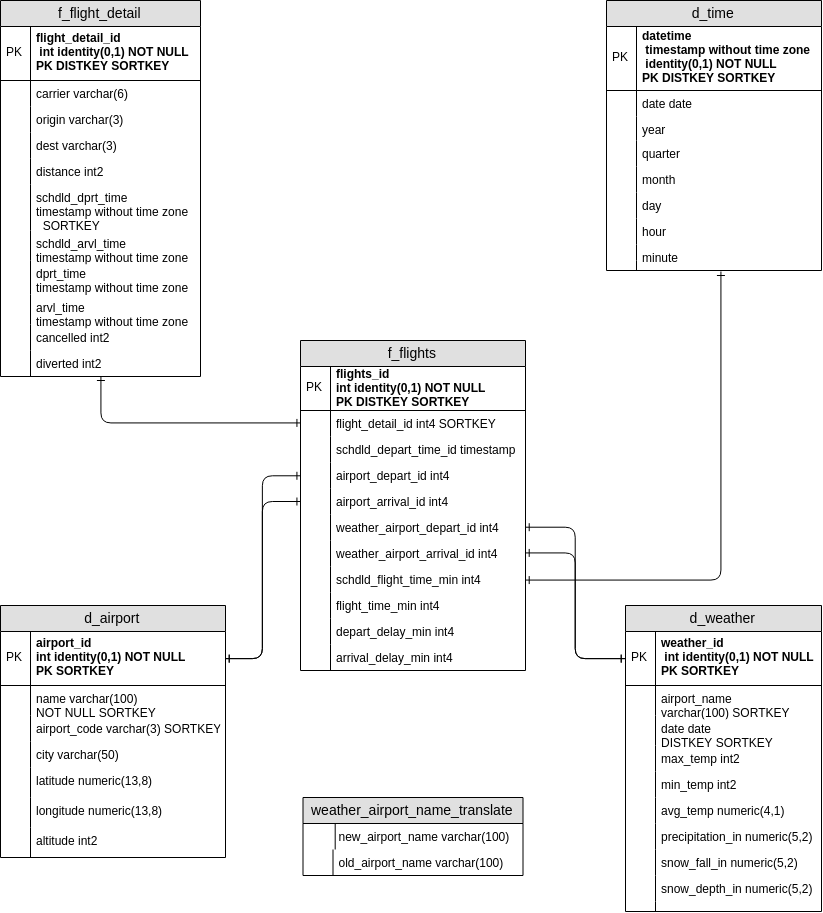
Earlier version of the draw.io export capstone_project/capstone_data_model.png (aandersland/udacity-data-engineering-nanodegree). Source tidied: cells renumbered, new cells last; positions are measured from the earlier drawing's top-left corner, leaving out a move shared by most shapes.
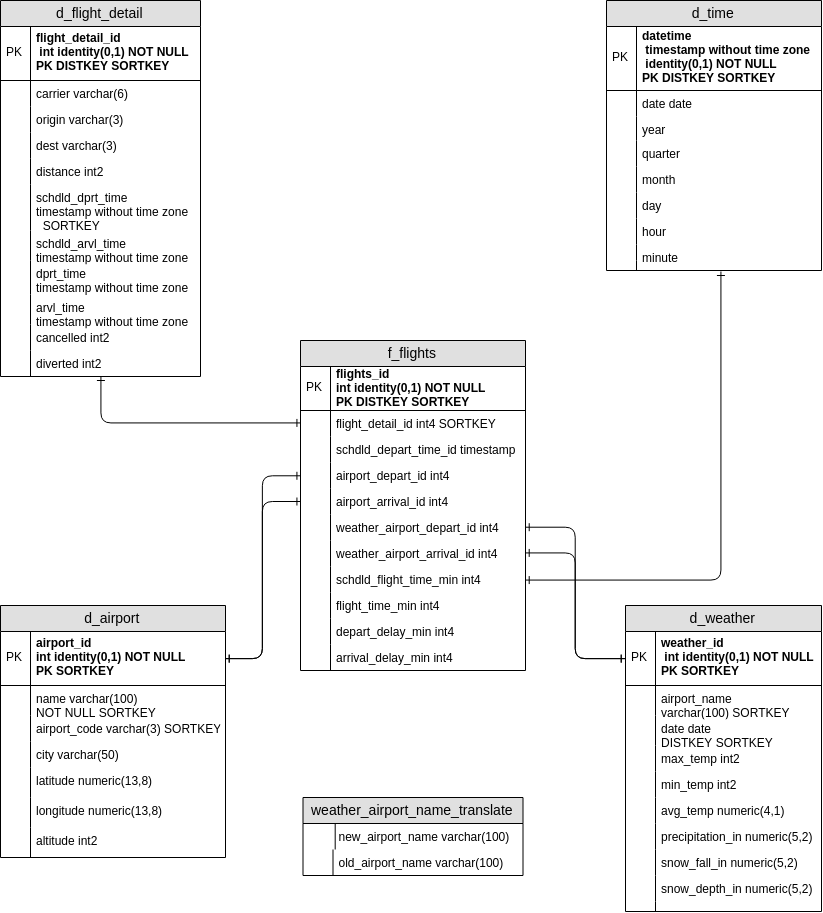
The same diagram one commit later.

The edit, as a diff of the source:
```diff
@@ -77,7 +77,7 @@
     <mxCell id="26" style="shape=partialRectangle;top=0;left=0;bottom=0;fillColor=none;align=left;verticalAlign=top;spacingLeft=4;spacingRight=4;overflow=hidden;fontSize=12;" parent="25" vertex="1">
       <mxGeometry width="30" as="geometry" />
     </mxCell>
-    <mxCell id="27" value="f_flight_detail" style="swimlane;fontStyle=0;horizontal=1;startSize=26;fillColor=#e0e0e0;swimlaneFillColor=#ffffff;align=center;fontSize=14;" parent="1" vertex="1">
+    <mxCell id="27" value="d_flight_detail" style="swimlane;fontStyle=0;horizontal=1;startSize=26;fillColor=#e0e0e0;swimlaneFillColor=#ffffff;align=center;fontSize=14;" parent="1" vertex="1">
       <mxGeometry width="200" height="376" as="geometry" />
     </mxCell>
     <mxCell id="28" value="flight_detail_id&#10; int identity(0,1) NOT NULL &#10;PK DISTKEY SORTKEY" style="shape=partialRectangle;top=0;left=0;right=0;bottom=1;align=left;verticalAlign=middle;fillColor=none;spacingLeft=34;spacingRight=4;overflow=hidden;fontStyle=1;fontSize=12;" parent="27" vertex="1">
```
